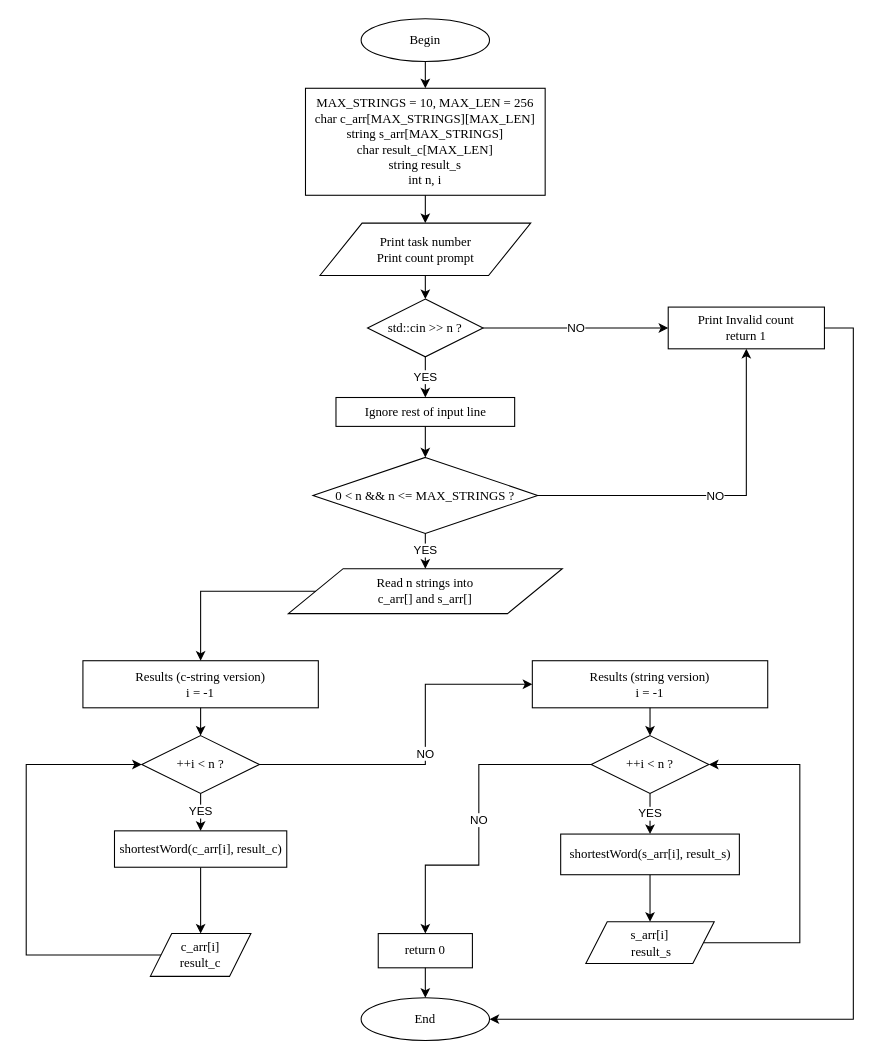
Earlier version of the draw.io diagram page "main" (3 of 3) of LAB2_1/LAB2_1.drawio (st93642/TSI). Source tidied: cells renumbered, new cells numbered last; positions are measured from the earlier drawing's top-left corner, leaving out a move shared by most shapes. Both pictures are drawn from the tidied source at 107%, with x=0, y=0 at pixel (26, 18).
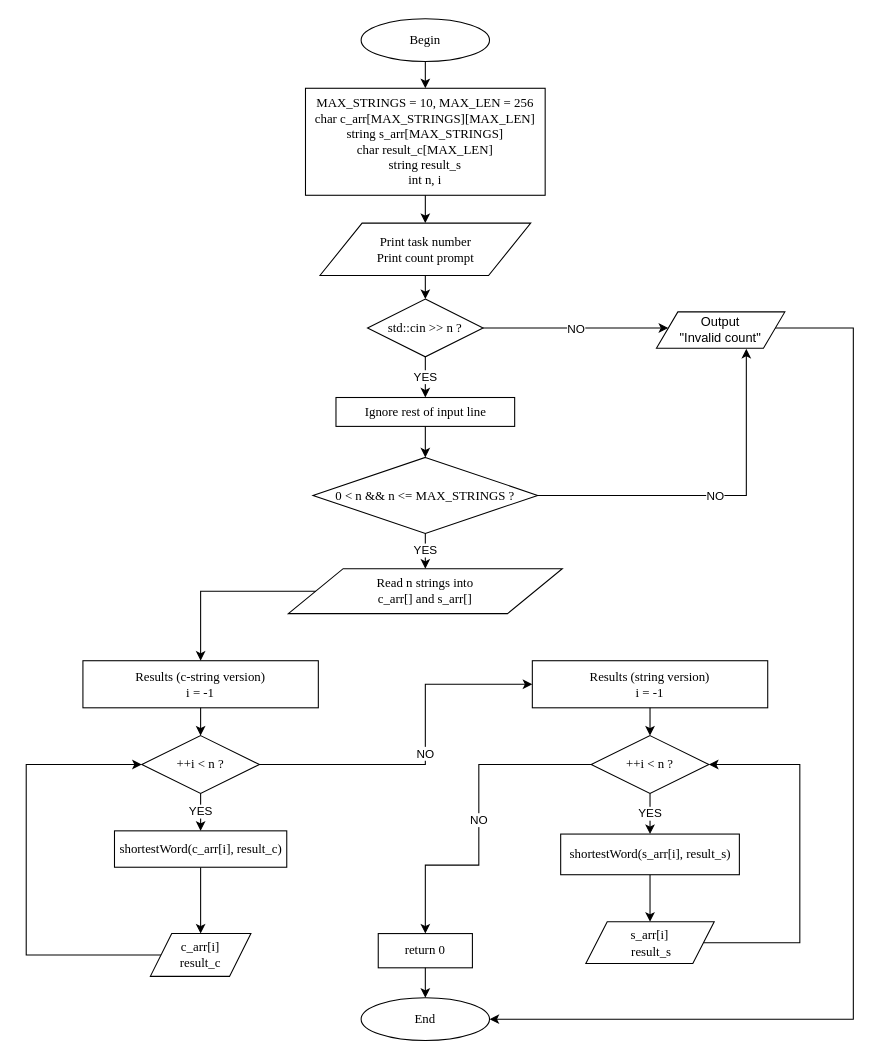
The same diagram, later.

The change refers to these unchanged cells:
```xml
<mxCell id="5" value="std::cin &gt;&gt; n ?" style="rhombus;whiteSpace=wrap;html=1;fontFamily=Times New Roman;fontSize=12;" parent="1" vertex="1">
  <mxGeometry x="319" y="262" width="108" height="54" as="geometry" />
</mxCell>
<mxCell id="8" value="0 &lt; n &amp;&amp; n &lt;= MAX_STRINGS ?" style="rhombus;whiteSpace=wrap;html=1;fontFamily=Times New Roman;fontSize=12;" parent="1" vertex="1">
  <mxGeometry x="268" y="410" width="210" height="71" as="geometry" />
</mxCell>
<mxCell id="19" value="End" style="ellipse;whiteSpace=wrap;html=1;fontFamily=Times New Roman;fontSize=12;" parent="1" vertex="1">
  <mxGeometry x="313" y="915" width="120" height="40" as="geometry" />
</mxCell>
```

What changed in the source:
```diff
@@
-    <mxCell id="6" value="Print Invalid count&lt;br&gt;return 1" style="rounded=0;whiteSpace=wrap;html=1;fontFamily=Times New Roman;fontSize=12;" parent="1" vertex="1">
-      <mxGeometry x="600" y="269.5" width="146" height="39" as="geometry" />
-    </mxCell>
@@
-    <mxCell id="23" value="NO" style="edgeStyle=orthogonalEdgeStyle;rounded=0;jettySize=auto;html=1;" parent="1" edge="1" source="5" target="6">
-      <mxGeometry relative="1" as="geometry" />
+    <mxCell id="23" value="NO" style="edgeStyle=orthogonalEdgeStyle;rounded=0;jettySize=auto;html=1;" parent="1" edge="1" source="5">
+      <mxGeometry relative="1" as="geometry">
+        <mxPoint x="600" y="289" as="targetPoint" />
+      </mxGeometry>
     </mxCell>
@@
-    <mxCell id="26" value="NO" style="edgeStyle=orthogonalEdgeStyle;rounded=0;jettySize=auto;html=1;" parent="1" edge="1" source="8" target="6">
+    <mxCell id="26" value="NO" style="edgeStyle=orthogonalEdgeStyle;rounded=0;jettySize=auto;html=1;" parent="1" edge="1" source="8">
       <mxGeometry relative="1" as="geometry">
+        <mxPoint x="673" y="308.5" as="targetPoint" />
         <Array as="points">
           <mxPoint x="673" y="446" />
         </Array>
       </mxGeometry>
     </mxCell>
@@
-    <mxCell id="36" style="edgeStyle=orthogonalEdgeStyle;rounded=0;jettySize=auto;html=1;" parent="1" edge="1" source="6" target="19">
+    <mxCell id="36" style="edgeStyle=orthogonalEdgeStyle;rounded=0;jettySize=auto;html=1;exitX=1;exitY=0.5;exitDx=0;exitDy=0;" parent="1" edge="1" source="41" target="19">
       <mxGeometry relative="1" as="geometry">
         <Array as="points">
+          <mxPoint x="699" y="289" />
           <mxPoint x="773" y="289" />
           <mxPoint x="773" y="935" />
         </Array>
       </mxGeometry>
     </mxCell>
@@
+    <mxCell id="41" value="Output&lt;div&gt;&quot;Invalid count&quot;&lt;/div&gt;" style="shape=parallelogram;perimeter=parallelogramPerimeter;whiteSpace=wrap;html=1;fixedSize=1;" parent="1" vertex="1">
+      <mxGeometry x="589" y="274" width="120" height="34" as="geometry" />
+    </mxCell>
```
